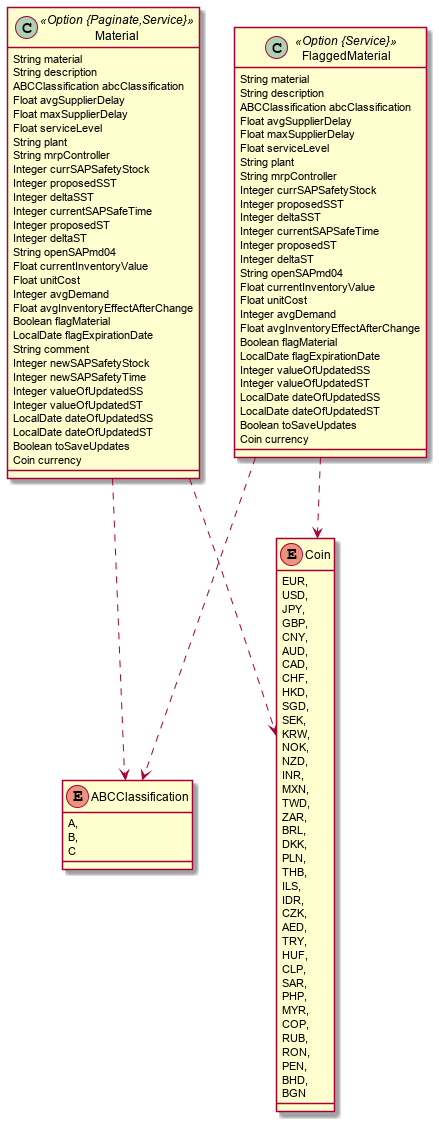
This is code/jhipster-jdl.png from CatarinaOG/Projeto-Informatica, a PlantUML export, as it was before one commit.
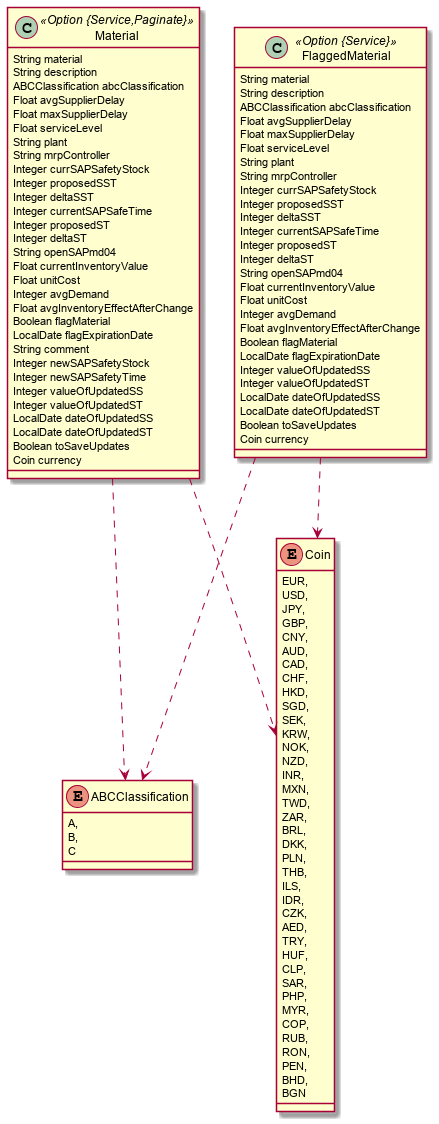
Later version of the same file.

Commit message:
alterações da moeda

What changed in the source:
```diff
@@ -1,6 +1,6 @@
 @startuml
 	!pragma syntax class
-	class Material <<Option {Paginate,Service}>> {
+	class Material <<Option {Service,Paginate}>> {
 		String material
 		String description
 		ABCClassification abcClassification
```
